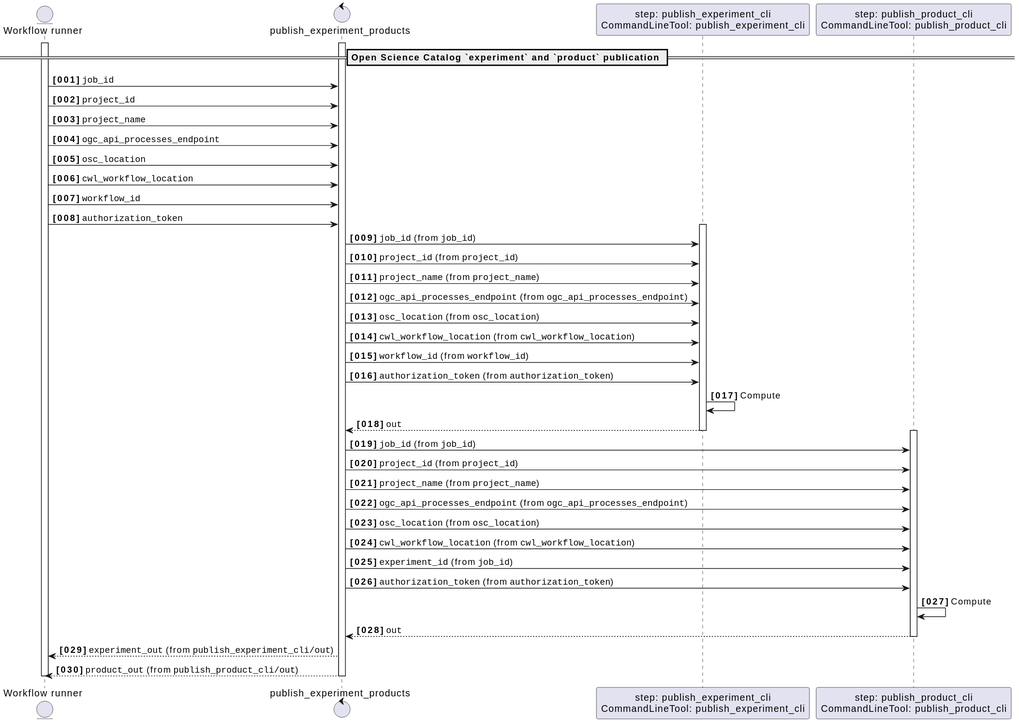
This is docs/c4/components/workflow/publish_experiment_products/sequence.svg from Terradue/osc-client, a PlantUML export, as it was before one commit.
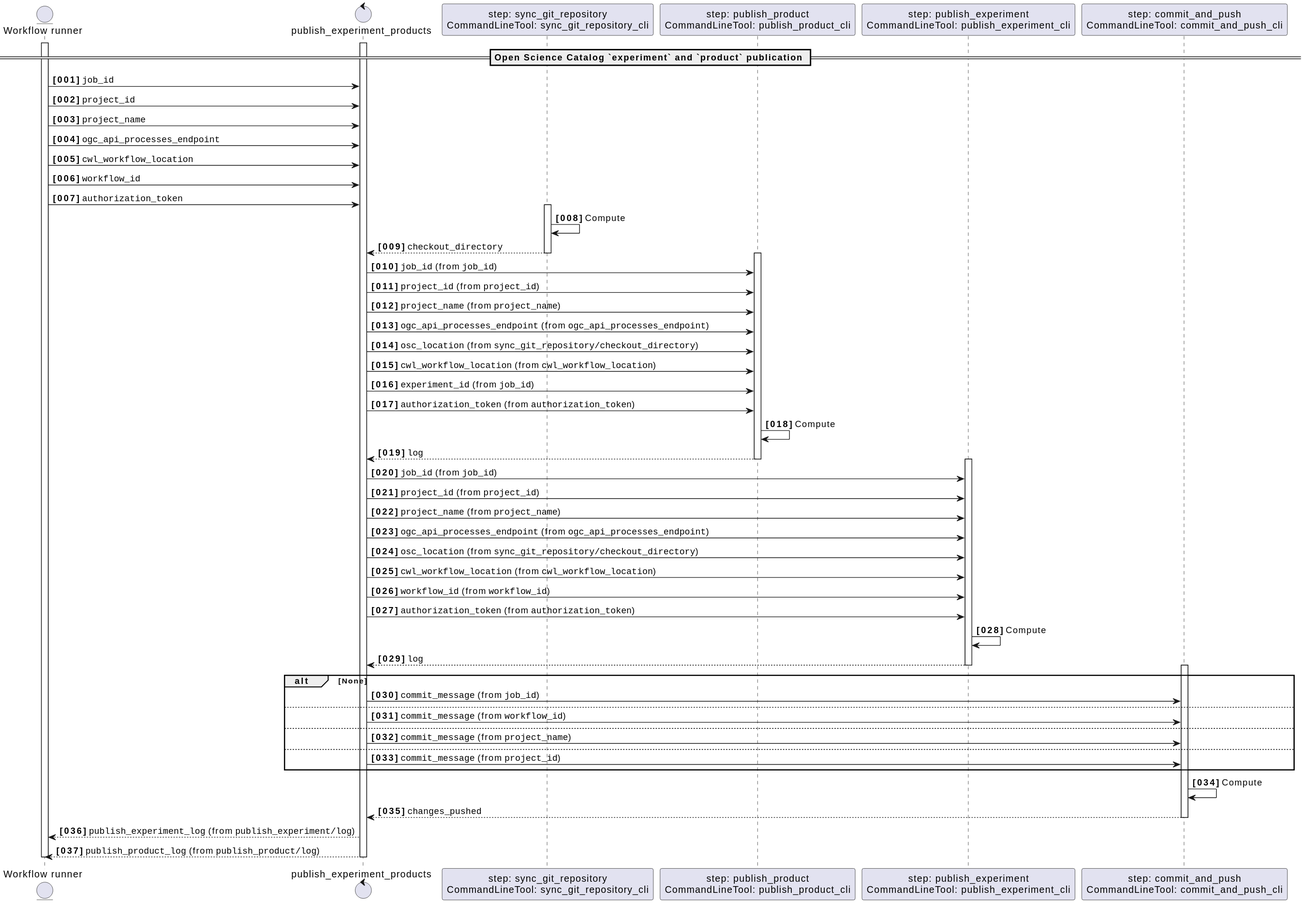
The same diagram one commit later.

The edit, as a diff of the source:
```diff
@@ -23,8 +23,6 @@
 
 wfrunner -> publish_experiment_products_or : ""ogc_api_processes_endpoint""
 
-wfrunner -> publish_experiment_products_or : ""osc_location""
-
 wfrunner -> publish_experiment_products_or : ""cwl_workflow_location""
 
 wfrunner -> publish_experiment_products_or : ""workflow_id""
@@ -38,50 +36,18 @@
 
 
 
-participant "step: publish_experiment_cli\nCommandLineTool: publish_experiment_cli" as publish_experiment_products_or__publish_experiment_cli
-activate publish_experiment_products_or__publish_experiment_cli
+participant "step: sync_git_repository\nCommandLineTool: sync_git_repository_cli" as publish_experiment_products_or__sync_git_repository
+activate publish_experiment_products_or__sync_git_repository
 
 
 
-publish_experiment_products_or -> publish_experiment_products_or__publish_experiment_cli : ""job_id"" (from ""job_id"")
+publish_experiment_products_or__sync_git_repository -> publish_experiment_products_or__sync_git_repository : Compute
 
 
-
-publish_experiment_products_or -> publish_experiment_products_or__publish_experiment_cli : ""project_id"" (from ""project_id"")
+publish_experiment_products_or <-- publish_experiment_products_or__sync_git_repository : ""checkout_directory""
 
 
-
-publish_experiment_products_or -> publish_experiment_products_or__publish_experiment_cli : ""project_name"" (from ""project_name"")
-
-
-
-publish_experiment_products_or -> publish_experiment_products_or__publish_experiment_cli : ""ogc_api_processes_endpoint"" (from ""ogc_api_processes_endpoint"")
-
-
-
-publish_experiment_products_or -> publish_experiment_products_or__publish_experiment_cli : ""osc_location"" (from ""osc_location"")
-
-
-
-publish_experiment_products_or -> publish_experiment_products_or__publish_experiment_cli : ""cwl_workflow_location"" (from ""cwl_workflow_location"")
-
-
-
-publish_experiment_products_or -> publish_experiment_products_or__publish_experiment_cli : ""workflow_id"" (from ""workflow_id"")
-
-
-
-publish_experiment_products_or -> publish_experiment_products_or__publish_experiment_cli : ""authorization_token"" (from ""authorization_token"")
-
-
-
-publish_experiment_products_or__publish_experiment_cli -> publish_experiment_products_or__publish_experiment_cli : Compute
-
-
-publish_experiment_products_or <-- publish_experiment_products_or__publish_experiment_cli : ""out""
-
-
-deactivate publish_experiment_products_or__publish_experiment_cli
+deactivate publish_experiment_products_or__sync_git_repository
 
 
 
@@ -91,50 +57,50 @@
 
 
 
-participant "step: publish_product_cli\nCommandLineTool: publish_product_cli" as publish_experiment_products_or__publish_product_cli
-activate publish_experiment_products_or__publish_product_cli
+participant "step: publish_product\nCommandLineTool: publish_product_cli" as publish_experiment_products_or__publish_product
+activate publish_experiment_products_or__publish_product
 
 
 
-publish_experiment_products_or -> publish_experiment_products_or__publish_product_cli : ""job_id"" (from ""job_id"")
+publish_experiment_products_or -> publish_experiment_products_or__publish_product : ""job_id"" (from ""job_id"")
 
 
 
-publish_experiment_products_or -> publish_experiment_products_or__publish_product_cli : ""project_id"" (from ""project_id"")
+publish_experiment_products_or -> publish_experiment_products_or__publish_product : ""project_id"" (from ""project_id"")
 
 
 
-publish_experiment_products_or -> publish_experiment_products_or__publish_product_cli : ""project_name"" (from ""project_name"")
+publish_experiment_products_or -> publish_experiment_products_or__publish_product : ""project_name"" (from ""project_name"")
 
 
 
-publish_experiment_products_or -> publish_experiment_products_or__publish_product_cli : ""ogc_api_processes_endpoint"" (from ""ogc_api_processes_endpoint"")
+publish_experiment_products_or -> publish_experiment_products_or__publish_product : ""ogc_api_processes_endpoint"" (from ""ogc_api_processes_endpoint"")
 
 
 
-publish_experiment_products_or -> publish_experiment_products_or__publish_product_cli : ""osc_location"" (from ""osc_location"")
+publish_experiment_products_or -> publish_experiment_products_or__publish_product : ""osc_location"" (from ""sync_git_repository/checkout_directory"")
 
 
 
-publish_experiment_products_or -> publish_experiment_products_or__publish_product_cli : ""cwl_workflow_location"" (from ""cwl_workflow_location"")
+publish_experiment_products_or -> publish_experiment_products_or__publish_product : ""cwl_workflow_location"" (from ""cwl_workflow_location"")
 
 
 
-publish_experiment_products_or -> publish_experiment_products_or__publish_product_cli : ""experiment_id"" (from ""job_id"")
+publish_experiment_products_or -> publish_experiment_products_or__publish_product : ""experiment_id"" (from ""job_id"")
 
 
 
-publish_experiment_products_or -> publish_experiment_products_or__publish_product_cli : ""authorization_token"" (from ""authorization_token"")
+publish_experiment_products_or -> publish_experiment_products_or__publish_product : ""authorization_token"" (from ""authorization_token"")
 
 
 
-publish_experiment_products_or__publish_product_cli -> publish_experiment_products_or__publish_product_cli : Compute
+publish_experiment_products_or__publish_product -> publish_experiment_products_or__publish_product : Compute
 
 
-publish_experiment_products_or <-- publish_experiment_products_or__publish_product_cli : ""out""
+publish_experiment_products_or <-- publish_experiment_products_or__publish_product : ""log""
 
 
-deactivate publish_experiment_products_or__publish_product_cli
+deactivate publish_experiment_products_or__publish_product
 
 
 
@@ -142,11 +108,103 @@
 
 
 
-wfrunner <-- publish_experiment_products_or : ""experiment_out"" (from ""publish_experiment_cli/out"")
+
+
+participant "step: publish_experiment\nCommandLineTool: publish_experiment_cli" as publish_experiment_products_or__publish_experiment
+activate publish_experiment_products_or__publish_experiment
 
 
 
-wfrunner <-- publish_experiment_products_or : ""product_out"" (from ""publish_product_cli/out"")
+publish_experiment_products_or -> publish_experiment_products_or__publish_experiment : ""job_id"" (from ""job_id"")
+
+
+
+publish_experiment_products_or -> publish_experiment_products_or__publish_experiment : ""project_id"" (from ""project_id"")
+
+
+
+publish_experiment_products_or -> publish_experiment_products_or__publish_experiment : ""project_name"" (from ""project_name"")
+
+
+
+publish_experiment_products_or -> publish_experiment_products_or__publish_experiment : ""ogc_api_processes_endpoint"" (from ""ogc_api_processes_endpoint"")
+
+
+
+publish_experiment_products_or -> publish_experiment_products_or__publish_experiment : ""osc_location"" (from ""sync_git_repository/checkout_directory"")
+
+
+
+publish_experiment_products_or -> publish_experiment_products_or__publish_experiment : ""cwl_workflow_location"" (from ""cwl_workflow_location"")
+
+
+
+publish_experiment_products_or -> publish_experiment_products_or__publish_experiment : ""workflow_id"" (from ""workflow_id"")
+
+
+
+publish_experiment_products_or -> publish_experiment_products_or__publish_experiment : ""authorization_token"" (from ""authorization_token"")
+
+
+
+publish_experiment_products_or__publish_experiment -> publish_experiment_products_or__publish_experiment : Compute
+
+
+publish_experiment_products_or <-- publish_experiment_products_or__publish_experiment : ""log""
+
+
+deactivate publish_experiment_products_or__publish_experiment
+
+
+
+
+
+
+
+
+
+participant "step: commit_and_push\nCommandLineTool: commit_and_push_cli" as publish_experiment_products_or__commit_and_push
+activate publish_experiment_products_or__commit_and_push
+
+
+
+alt None
+
+publish_experiment_products_or -> publish_experiment_products_or__commit_and_push : ""commit_message"" (from ""job_id"")
+else
+
+publish_experiment_products_or -> publish_experiment_products_or__commit_and_push : ""commit_message"" (from ""workflow_id"")
+else
+
+publish_experiment_products_or -> publish_experiment_products_or__commit_and_push : ""commit_message"" (from ""project_name"")
+else
+
+publish_experiment_products_or -> publish_experiment_products_or__commit_and_push : ""commit_message"" (from ""project_id"")
+
+
+end
+
+
+
+publish_experiment_products_or__commit_and_push -> publish_experiment_products_or__commit_and_push : Compute
+
+
+publish_experiment_products_or <-- publish_experiment_products_or__commit_and_push : ""changes_pushed""
+
+
+deactivate publish_experiment_products_or__commit_and_push
+
+
+
+
+
+
+
+wfrunner <-- publish_experiment_products_or : ""publish_experiment_log"" (from ""publish_experiment/log"")
+
+
+
+wfrunner <-- publish_experiment_products_or : ""publish_product_log"" (from ""publish_product/log"")
 
 
 
```
